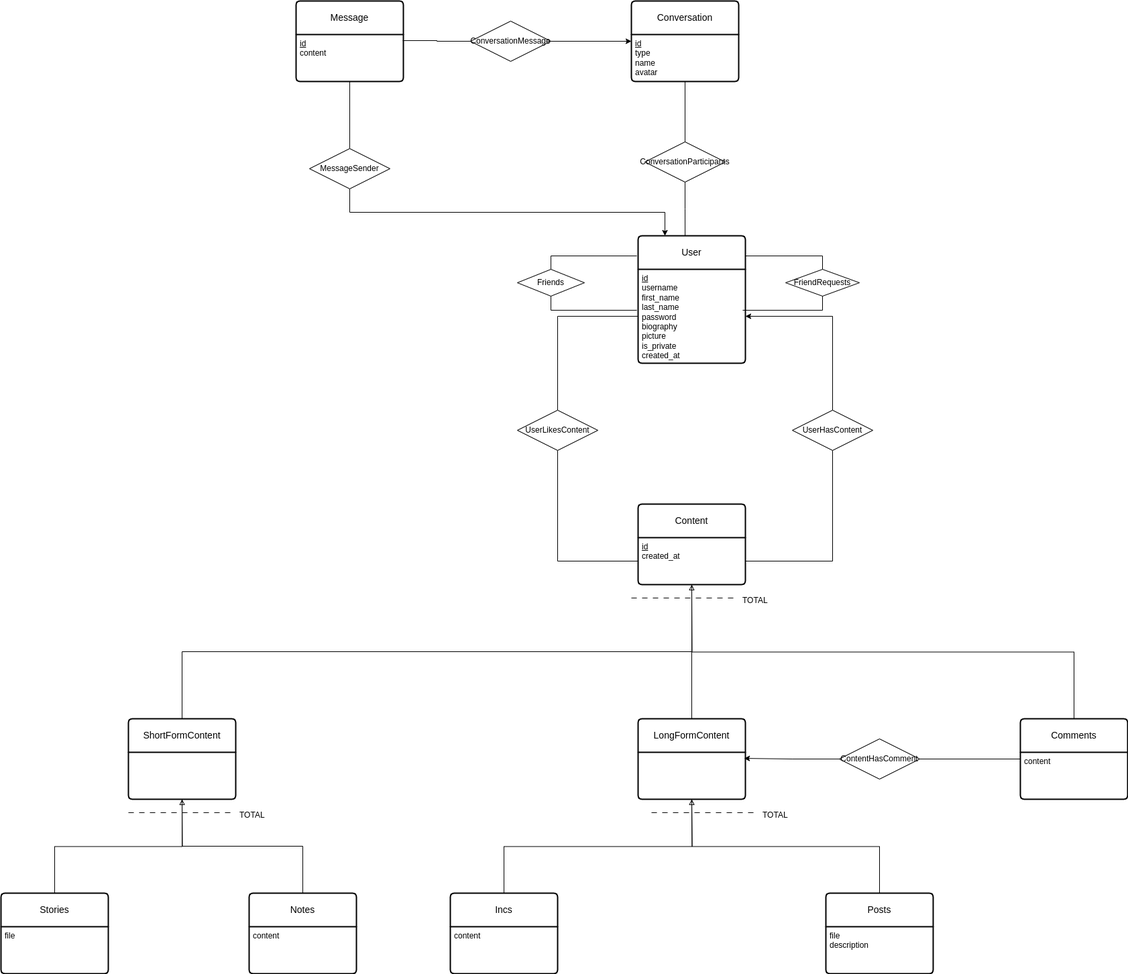
edagener0/Inclusion keeps this draw.io diagram as docs/database/ER/ModeloEntidadeRelacao.png. Above is the earlier version. Source tidied: cells renumbered, new cells last; positions are measured from the earlier drawing's top-left corner, leaving out a move shared by most shapes.
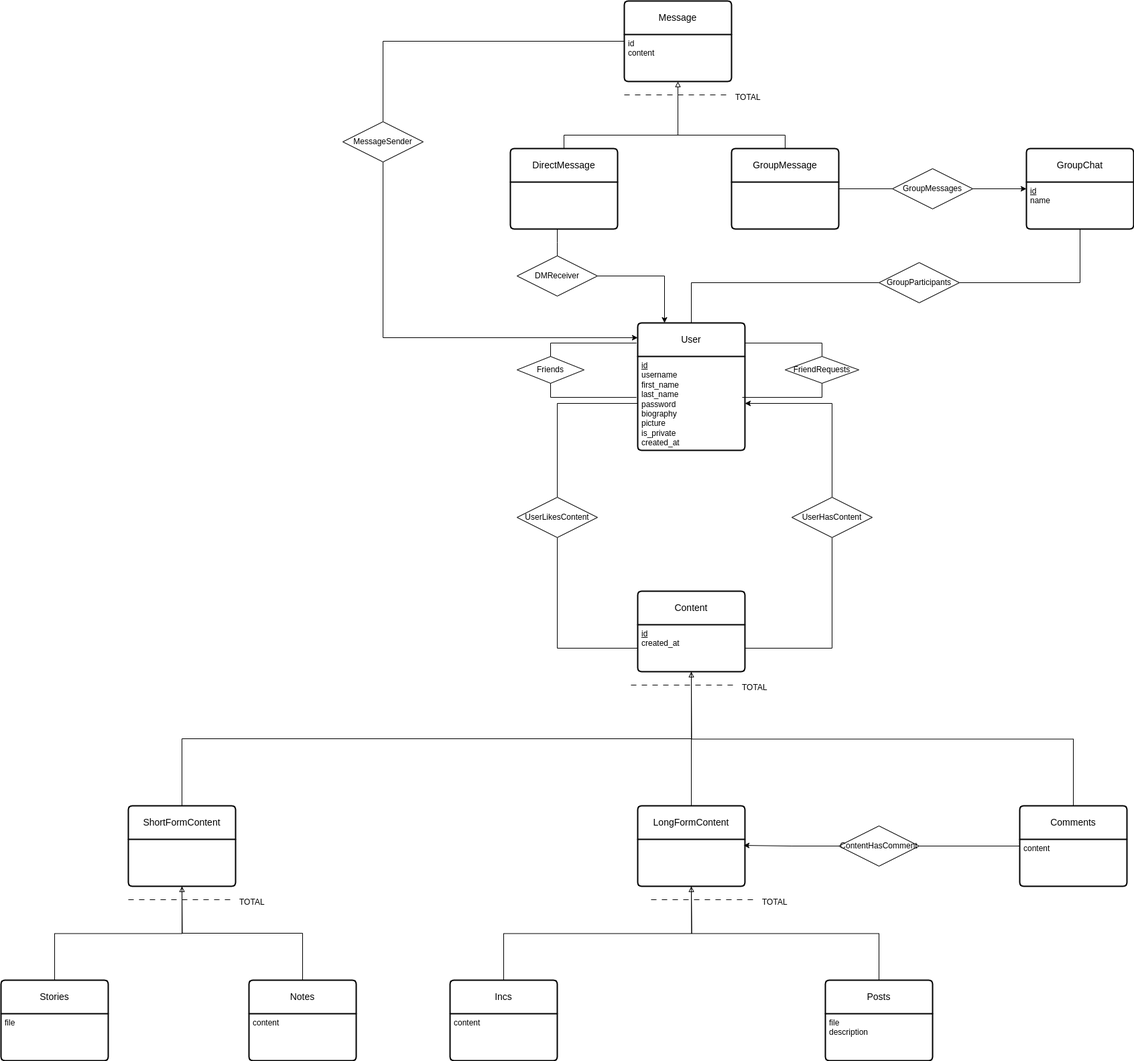
After the commit.

Commit message:
docs: corrigiu-se o modelo ER e relacional da base de dados para as mensagens

What changed in the source:
```diff
@@ -2,9 +2,12 @@
   <root>
     <mxCell id="0" />
     <mxCell id="1" parent="0" />
-    <mxCell id="2" style="edgeStyle=orthogonalEdgeStyle;rounded=0;jettySize=auto;html=1;exitX=0.25;exitY=0;exitDx=0;exitDy=0;entryX=0.5;entryY=1;entryDx=0;entryDy=0;startArrow=classic;startFill=1;endArrow=none;" parent="1" edge="1" source="3" target="63">
-      <mxGeometry relative="1" as="geometry" />
-    </mxCell>
+    <mxCell id="64" style="edgeStyle=orthogonalEdgeStyle;rounded=0;jettySize=auto;html=1;exitX=0.5;exitY=0;exitDx=0;exitDy=0;entryX=0;entryY=0.5;entryDx=0;entryDy=0;endArrow=none;startFill=0;" parent="1" edge="1" source="3" target="76">
+      <mxGeometry relative="1" as="geometry" />
+    </mxCell>
+    <mxCell id="65" style="edgeStyle=orthogonalEdgeStyle;rounded=0;jettySize=auto;html=1;exitX=0.25;exitY=0;exitDx=0;exitDy=0;entryX=1;entryY=0.5;entryDx=0;entryDy=0;endArrow=none;startFill=1;endFill=1;startArrow=classic;" parent="1" edge="1" source="3" target="78">
+      <mxGeometry relative="1" as="geometry" />
+    </mxCell>
     <mxCell id="3" value="User" style="swimlane;horizontal=1;startSize=50;rounded=1;fontSize=14;fontStyle=0;strokeWidth=2;shadow=0;dashed=0;align=center;arcSize=4;whiteSpace=wrap;html=1;" parent="1" vertex="1">
       <mxGeometry x="950" y="350" width="160" height="190" as="geometry" />
     </mxCell>
@@ -173,51 +176,82 @@
     <mxCell id="49" style="edgeStyle=orthogonalEdgeStyle;rounded=0;jettySize=auto;html=1;exitX=0.5;exitY=0;exitDx=0;exitDy=0;entryX=1;entryY=0.158;entryDx=0;entryDy=0;entryPerimeter=0;endArrow=none;startFill=0;" parent="1" edge="1" source="47" target="3">
       <mxGeometry relative="1" as="geometry" />
     </mxCell>
-    <mxCell id="50" style="edgeStyle=orthogonalEdgeStyle;rounded=0;jettySize=auto;html=1;exitX=0.5;exitY=0;exitDx=0;exitDy=0;entryX=0;entryY=0.25;entryDx=0;entryDy=0;endArrow=none;startFill=0;" parent="1" edge="1" source="x">
+    <mxCell id="50" style="edgeStyle=orthogonalEdgeStyle;rounded=0;orthogonalLoop=1;jettySize=auto;html=1;exitX=0.5;exitY=0;exitDx=0;exitDy=0;entryX=0;entryY=0.25;entryDx=0;entryDy=0;endArrow=none;startFill=0;" parent="1" edge="1">
       <mxGeometry relative="1" as="geometry">
         <mxPoint x="945" y="145" as="targetPoint" />
       </mxGeometry>
     </mxCell>
-    <mxCell id="51" style="edgeStyle=orthogonalEdgeStyle;rounded=0;jettySize=auto;html=1;exitX=0.5;exitY=0;exitDx=0;exitDy=0;entryX=1;entryY=0.25;entryDx=0;entryDy=0;endArrow=none;startFill=0;" parent="1" edge="1" source="x">
+    <mxCell id="51" style="edgeStyle=orthogonalEdgeStyle;rounded=0;orthogonalLoop=1;jettySize=auto;html=1;exitX=0.5;exitY=0;exitDx=0;exitDy=0;entryX=1;entryY=0.25;entryDx=0;entryDy=0;endArrow=none;startFill=0;" parent="1" edge="1">
       <mxGeometry relative="1" as="geometry">
         <mxPoint x="1115" y="145" as="targetPoint" />
       </mxGeometry>
     </mxCell>
-    <mxCell id="52" value="Conversation" style="swimlane;horizontal=1;startSize=50;rounded=1;fontSize=14;fontStyle=0;strokeWidth=2;shadow=0;dashed=0;align=center;arcSize=4;whiteSpace=wrap;html=1;" parent="1" vertex="1">
-      <mxGeometry x="940" width="160" height="120" as="geometry" />
-    </mxCell>
-    <mxCell id="53" value="&lt;u&gt;id&lt;/u&gt;&lt;div&gt;type&lt;/div&gt;&lt;div&gt;name&lt;/div&gt;&lt;div&gt;avatar&lt;/div&gt;" style="align=left;strokeColor=none;fillColor=none;spacingLeft=4;spacingRight=4;fontSize=12;verticalAlign=top;html=1;whiteSpace=wrap;" parent="52" vertex="1">
-      <mxGeometry y="50" width="160" height="70" as="geometry" />
-    </mxCell>
-    <mxCell id="54" style="edgeStyle=orthogonalEdgeStyle;rounded=0;jettySize=auto;html=1;exitX=0.5;exitY=0;exitDx=0;exitDy=0;entryX=0.5;entryY=1;entryDx=0;entryDy=0;endArrow=none;startFill=0;" parent="1" edge="1" source="55" target="53">
-      <mxGeometry relative="1" as="geometry" />
-    </mxCell>
-    <mxCell id="55" value="ConversationParticipants" style="shape=rhombus;perimeter=rhombusPerimeter;whiteSpace=wrap;html=1;align=center;" parent="1" vertex="1">
-      <mxGeometry x="960" y="210" width="120" height="60" as="geometry" />
-    </mxCell>
-    <mxCell id="56" style="edgeStyle=orthogonalEdgeStyle;rounded=0;jettySize=auto;html=1;exitX=0.5;exitY=1;exitDx=0;exitDy=0;entryX=0.438;entryY=0;entryDx=0;entryDy=0;entryPerimeter=0;endArrow=none;startFill=0;" parent="1" edge="1" source="55" target="3">
-      <mxGeometry relative="1" as="geometry" />
-    </mxCell>
     <mxCell id="57" value="Message" style="swimlane;horizontal=1;startSize=50;rounded=1;fontSize=14;fontStyle=0;strokeWidth=2;shadow=0;dashed=0;align=center;arcSize=4;whiteSpace=wrap;html=1;" parent="1" vertex="1">
-      <mxGeometry x="440" width="160" height="120" as="geometry" />
+      <mxGeometry x="930" y="-130" width="160" height="120" as="geometry" />
     </mxCell>
-    <mxCell id="58" value="&lt;u&gt;id&lt;/u&gt;&lt;div&gt;content&lt;/div&gt;" style="align=left;strokeColor=none;fillColor=none;spacingLeft=4;spacingRight=4;fontSize=12;verticalAlign=top;html=1;whiteSpace=wrap;" parent="57" vertex="1">
+    <mxCell id="58" value="id&lt;div&gt;content&lt;/div&gt;" style="align=left;strokeColor=none;fillColor=none;spacingLeft=4;spacingRight=4;fontSize=12;verticalAlign=top;html=1;whiteSpace=wrap;" parent="57" vertex="1">
       <mxGeometry y="50" width="160" height="70" as="geometry" />
     </mxCell>
-    <mxCell id="59" style="edgeStyle=orthogonalEdgeStyle;rounded=0;jettySize=auto;html=1;exitX=1;exitY=0.5;exitDx=0;exitDy=0;entryX=0;entryY=0.5;entryDx=0;entryDy=0;" parent="1" edge="1" source="60" target="52">
-      <mxGeometry relative="1" as="geometry" />
-    </mxCell>
-    <mxCell id="60" value="ConversationMessage" style="shape=rhombus;perimeter=rhombusPerimeter;whiteSpace=wrap;html=1;align=center;" parent="1" vertex="1">
-      <mxGeometry x="700" y="30" width="120" height="60" as="geometry" />
-    </mxCell>
-    <mxCell id="61" style="edgeStyle=orthogonalEdgeStyle;rounded=0;jettySize=auto;html=1;exitX=0;exitY=0.5;exitDx=0;exitDy=0;entryX=0.994;entryY=0.129;entryDx=0;entryDy=0;entryPerimeter=0;endArrow=none;startFill=0;" parent="1" edge="1" source="60" target="58">
-      <mxGeometry relative="1" as="geometry" />
-    </mxCell>
-    <mxCell id="62" style="edgeStyle=orthogonalEdgeStyle;rounded=0;jettySize=auto;html=1;exitX=0.5;exitY=0;exitDx=0;exitDy=0;entryX=0.5;entryY=1;entryDx=0;entryDy=0;endArrow=none;startFill=0;" parent="1" edge="1" source="63" target="58">
-      <mxGeometry relative="1" as="geometry" />
-    </mxCell>
+    <mxCell id="66" value="DirectMessage" style="swimlane;horizontal=1;startSize=50;rounded=1;fontSize=14;fontStyle=0;strokeWidth=2;shadow=0;dashed=0;align=center;arcSize=4;whiteSpace=wrap;html=1;" parent="1" vertex="1">
+      <mxGeometry x="760" y="90" width="160" height="120" as="geometry" />
+    </mxCell>
+    <mxCell id="67" style="edgeStyle=orthogonalEdgeStyle;rounded=0;jettySize=auto;html=1;exitX=0.5;exitY=0;exitDx=0;exitDy=0;entryX=0.5;entryY=0;entryDx=0;entryDy=0;endArrow=none;startFill=0;" parent="1" edge="1" source="68" target="66">
+      <mxGeometry relative="1" as="geometry" />
+    </mxCell>
+    <mxCell id="68" value="GroupMessage" style="swimlane;horizontal=1;startSize=50;rounded=1;fontSize=14;fontStyle=0;strokeWidth=2;shadow=0;dashed=0;align=center;arcSize=4;whiteSpace=wrap;html=1;" parent="1" vertex="1">
+      <mxGeometry x="1090" y="90" width="160" height="120" as="geometry" />
+    </mxCell>
+    <mxCell id="69" value="GroupChat" style="swimlane;horizontal=1;startSize=50;rounded=1;fontSize=14;fontStyle=0;strokeWidth=2;shadow=0;dashed=0;align=center;arcSize=4;whiteSpace=wrap;html=1;" parent="1" vertex="1">
+      <mxGeometry x="1530" y="90" width="160" height="120" as="geometry" />
+    </mxCell>
+    <mxCell id="70" value="&lt;u&gt;id&lt;/u&gt;&lt;div&gt;name&lt;/div&gt;" style="align=left;strokeColor=none;fillColor=none;spacingLeft=4;spacingRight=4;fontSize=12;verticalAlign=top;html=1;whiteSpace=wrap;" parent="69" vertex="1">
+      <mxGeometry y="50" width="160" height="70" as="geometry" />
+    </mxCell>
+    <mxCell id="71" style="endArrow=none;html=1;rounded=0;exitX=0.5;exitY=1;exitDx=0;exitDy=0;endFill=0;startFill=0;startArrow=block;" parent="1" edge="1" source="58">
+      <mxGeometry relative="1" as="geometry">
+        <mxPoint x="1010" y="70" as="targetPoint" />
+      </mxGeometry>
+    </mxCell>
+    <mxCell id="72" style="edgeStyle=orthogonalEdgeStyle;rounded=0;jettySize=auto;html=1;exitX=0;exitY=0.5;exitDx=0;exitDy=0;entryX=1;entryY=0.5;entryDx=0;entryDy=0;endArrow=none;startFill=0;" parent="1" edge="1" source="74" target="68">
+      <mxGeometry relative="1" as="geometry" />
+    </mxCell>
+    <mxCell id="73" style="edgeStyle=orthogonalEdgeStyle;rounded=0;jettySize=auto;html=1;exitX=1;exitY=0.5;exitDx=0;exitDy=0;entryX=0;entryY=0.5;entryDx=0;entryDy=0;" parent="1" edge="1" source="74" target="69">
+      <mxGeometry relative="1" as="geometry" />
+    </mxCell>
+    <mxCell id="74" value="GroupMessages" style="shape=rhombus;perimeter=rhombusPerimeter;whiteSpace=wrap;html=1;align=center;" parent="1" vertex="1">
+      <mxGeometry x="1330" y="120" width="120" height="60" as="geometry" />
+    </mxCell>
+    <mxCell id="75" style="edgeStyle=orthogonalEdgeStyle;rounded=0;jettySize=auto;html=1;exitX=1;exitY=0.5;exitDx=0;exitDy=0;entryX=0.5;entryY=1;entryDx=0;entryDy=0;endArrow=none;startFill=0;" parent="1" edge="1" source="76" target="70">
+      <mxGeometry relative="1" as="geometry" />
+    </mxCell>
+    <mxCell id="76" value="GroupParticipants" style="shape=rhombus;perimeter=rhombusPerimeter;whiteSpace=wrap;html=1;align=center;" parent="1" vertex="1">
+      <mxGeometry x="1310" y="260" width="120" height="60" as="geometry" />
+    </mxCell>
+    <mxCell id="77" style="edgeStyle=orthogonalEdgeStyle;rounded=0;jettySize=auto;html=1;exitX=0.5;exitY=0;exitDx=0;exitDy=0;entryX=0;entryY=0.5;entryDx=0;entryDy=0;endArrow=none;startFill=0;" parent="1" edge="1" source="63" target="57">
+      <mxGeometry relative="1" as="geometry" />
+    </mxCell>
     <mxCell id="63" value="MessageSender" style="shape=rhombus;perimeter=rhombusPerimeter;whiteSpace=wrap;html=1;align=center;" parent="1" vertex="1">
-      <mxGeometry x="460" y="220" width="120" height="60" as="geometry" />
+      <mxGeometry x="510" y="50" width="120" height="60" as="geometry" />
     </mxCell>
+    <mxCell id="78" value="DMReceiver" style="shape=rhombus;perimeter=rhombusPerimeter;whiteSpace=wrap;html=1;align=center;" parent="1" vertex="1">
+      <mxGeometry x="770" y="250" width="120" height="60" as="geometry" />
+    </mxCell>
+    <mxCell id="79" style="edgeStyle=orthogonalEdgeStyle;rounded=0;jettySize=auto;html=1;exitX=0.5;exitY=0;exitDx=0;exitDy=0;endArrow=none;startFill=0;" parent="1" edge="1" source="78">
+      <mxGeometry relative="1" as="geometry">
+        <mxPoint x="830" y="210" as="targetPoint" />
+      </mxGeometry>
+    </mxCell>
+    <mxCell id="80" style="edgeStyle=orthogonalEdgeStyle;rounded=0;jettySize=auto;html=1;exitX=0.5;exitY=1;exitDx=0;exitDy=0;entryX=0;entryY=0.116;entryDx=0;entryDy=0;entryPerimeter=0;" parent="1" edge="1" source="63" target="3">
+      <mxGeometry relative="1" as="geometry" />
+    </mxCell>
+    <mxCell id="81" value="TOTAL" style="text;strokeColor=none;fillColor=none;spacingLeft=4;spacingRight=4;overflow=hidden;fontSize=12;whiteSpace=wrap;html=1;" parent="1" vertex="1">
+      <mxGeometry x="1090" width="60" height="30" as="geometry" />
+    </mxCell>
+    <mxCell id="82" style="endArrow=none;html=1;rounded=0;dashed=1;dashPattern=8 8;" parent="1" edge="1">
+      <mxGeometry relative="1" as="geometry">
+        <mxPoint x="930" y="10" as="sourcePoint" />
+        <mxPoint x="1090" y="10" as="targetPoint" />
+      </mxGeometry>
+    </mxCell>
   </root>
 </mxGraphModel>
```
